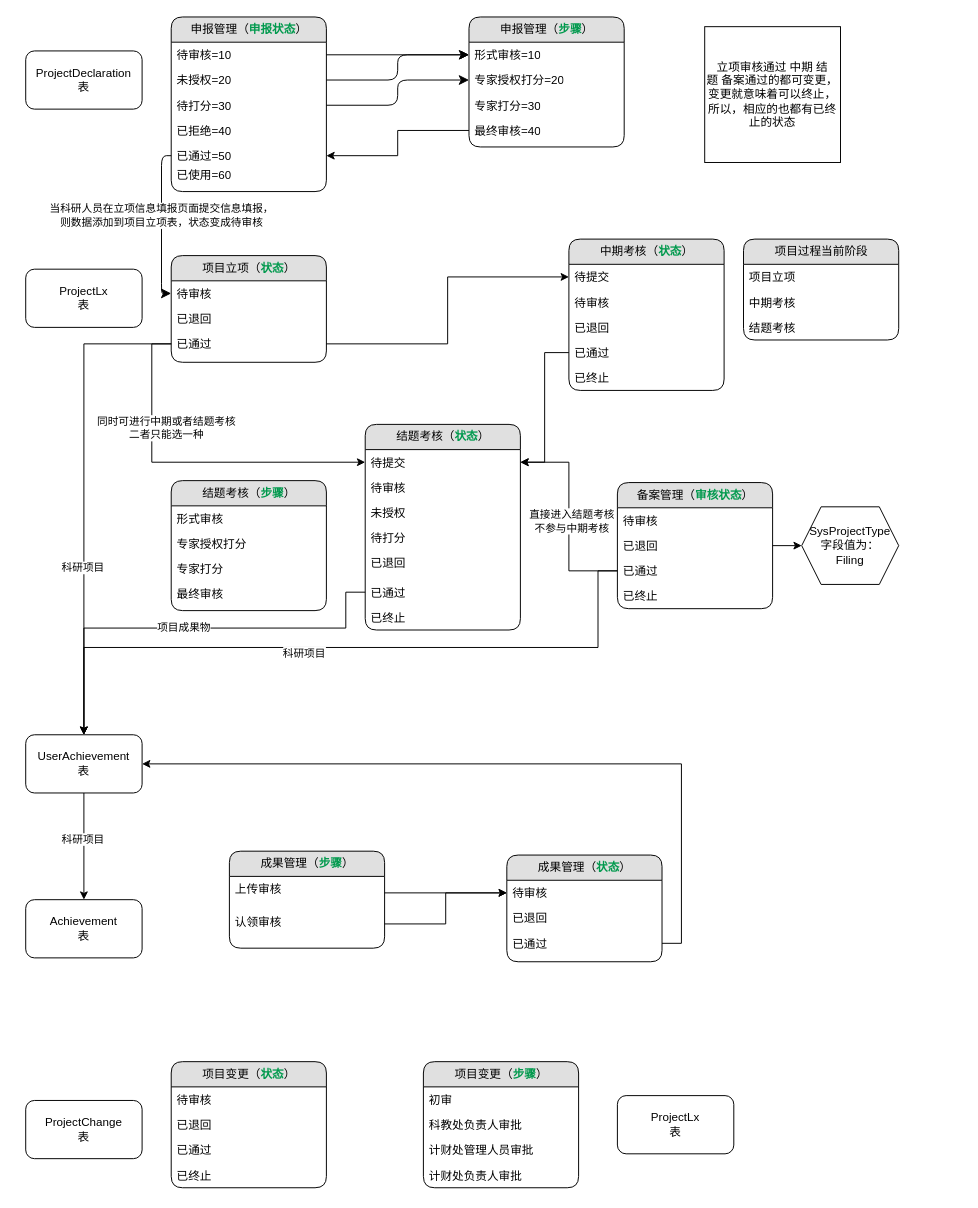
Before: 未命名绘图.drawio in wanghuabei/bei, a draw.io diagram. Source tidied: cells renumbered, new cells numbered last; positions are measured from the earlier drawing's top-left corner, leaving out a move shared by most shapes. Both pictures are drawn from the tidied source at 97%, with x=0, y=0 at pixel (25, 16).
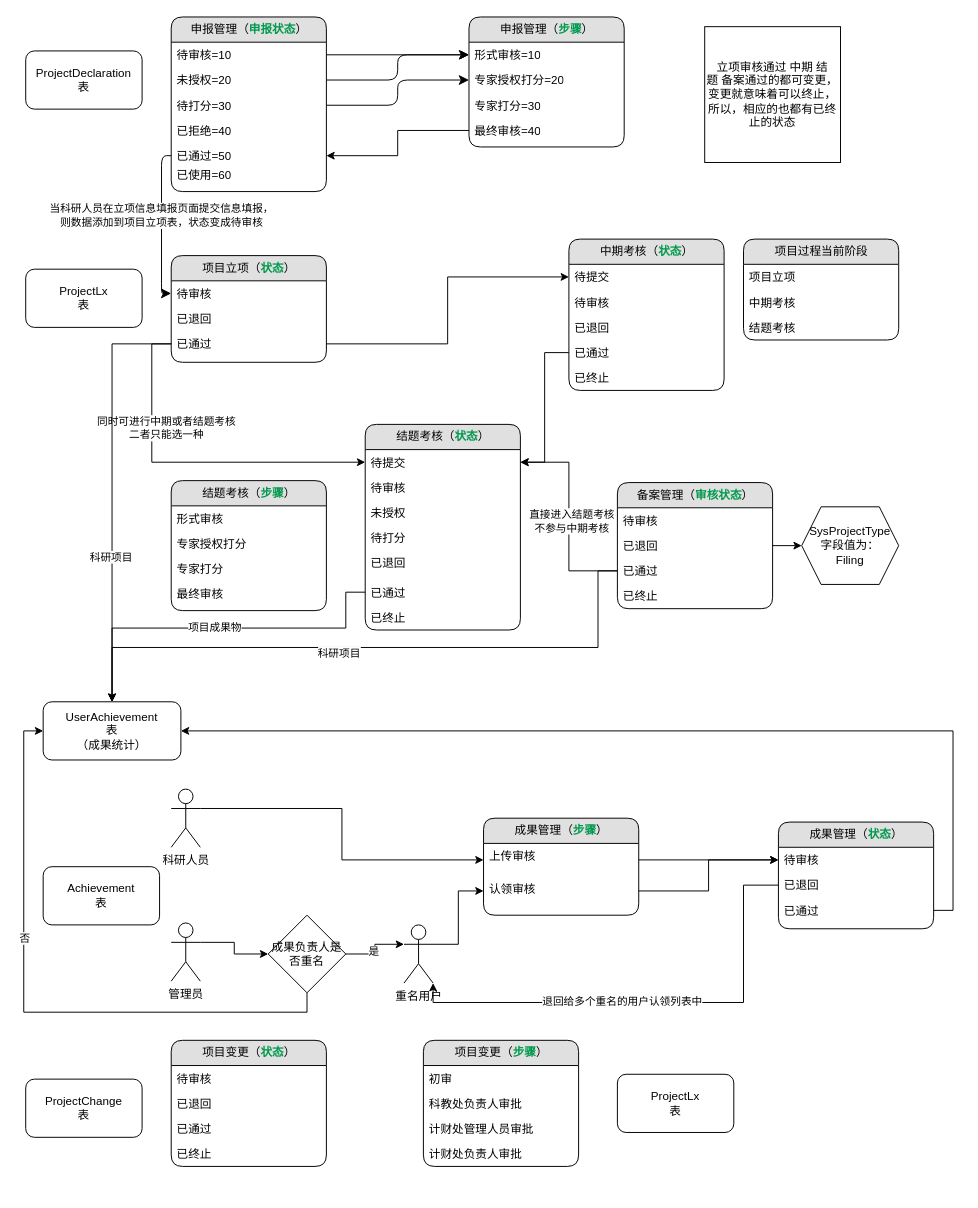
After the change.

Commit message:
更新未命名绘图.drawio

Unchanged cells that the change refers to:
```xml
<mxCell id="32" value="已通过" style="text;html=1;strokeColor=none;fillColor=none;spacingLeft=4;spacingRight=4;whiteSpace=wrap;overflow=hidden;points=[[0,0.5],[1,0.5]];portConstraint=eastwest;" parent="29" vertex="1">
  <mxGeometry y="78" width="160" height="26" as="geometry" />
</mxCell>
<mxCell id="46" value="已通过" style="text;html=1;strokeColor=none;fillColor=none;spacingLeft=4;spacingRight=4;whiteSpace=wrap;overflow=hidden;points=[[0,0.5],[1,0.5]];portConstraint=eastwest;" parent="40" vertex="1">
  <mxGeometry y="160" width="160" height="26" as="geometry" />
</mxCell>
<mxCell id="88" value="上传审核" style="text;html=1;strokeColor=none;fillColor=none;spacingLeft=4;spacingRight=4;whiteSpace=wrap;overflow=hidden;points=[[0,0.5],[1,0.5]];portConstraint=eastwest;" parent="87" vertex="1">
  <mxGeometry y="26" width="160" height="34" as="geometry" />
</mxCell>
<mxCell id="90" value="认领审核" style="text;html=1;strokeColor=none;fillColor=none;spacingLeft=4;spacingRight=4;whiteSpace=wrap;overflow=hidden;points=[[0,0.5],[1,0.5]];portConstraint=eastwest;" parent="87" vertex="1">
  <mxGeometry y="60" width="160" height="30" as="geometry" />
</mxCell>
<mxCell id="93" value="已退回" style="text;html=1;strokeColor=none;fillColor=none;spacingLeft=4;spacingRight=4;whiteSpace=wrap;overflow=hidden;points=[[0,0.5],[1,0.5]];portConstraint=eastwest;" parent="91" vertex="1">
  <mxGeometry y="52" width="160" height="26" as="geometry" />
</mxCell>
```

The edit, as a diff of the source:
```diff
@@
     <mxCell id="60" value="项目变更（&lt;b&gt;&lt;font color=&quot;#00994d&quot;&gt;状态&lt;/font&gt;&lt;/b&gt;）" style="swimlane;html=1;fontStyle=0;horizontal=1;startSize=26;fillColor=#e0e0e0;swimlaneFillColor=#ffffff;align=center;rounded=1;shadow=0;comic=0;labelBackgroundColor=none;strokeWidth=1;fontFamily=Verdana;fontSize=12;" parent="1" vertex="1">
-      <mxGeometry x="150" y="1077" width="160" height="130" as="geometry" />
+      <mxGeometry x="150" y="1055" width="160" height="130" as="geometry" />
     </mxCell>
@@
     <mxCell id="65" value="ProjectChange&lt;br&gt;表" style="rounded=1;whiteSpace=wrap;html=1;" parent="1" vertex="1">
-      <mxGeometry y="1117" width="120" height="60" as="geometry" />
+      <mxGeometry y="1095" width="120" height="60" as="geometry" />
     </mxCell>
     <mxCell id="66" value="项目变更（&lt;b&gt;&lt;font color=&quot;#00994d&quot;&gt;步骤&lt;/font&gt;&lt;/b&gt;）" style="swimlane;html=1;fontStyle=0;horizontal=1;startSize=26;fillColor=#e0e0e0;swimlaneFillColor=#ffffff;align=center;rounded=1;shadow=0;comic=0;labelBackgroundColor=none;strokeWidth=1;fontFamily=Verdana;fontSize=12;" parent="1" vertex="1">
-      <mxGeometry x="410" y="1077" width="160" height="130" as="geometry" />
+      <mxGeometry x="410" y="1055" width="160" height="130" as="geometry" />
     </mxCell>
@@
     <mxCell id="71" value="ProjectLx&lt;br&gt;表" style="rounded=1;whiteSpace=wrap;html=1;" parent="1" vertex="1">
-      <mxGeometry x="610" y="1112" width="120" height="60" as="geometry" />
+      <mxGeometry x="610" y="1090" width="120" height="60" as="geometry" />
     </mxCell>
@@
     <mxCell id="77" value="Achievement&lt;br&gt;表" style="rounded=1;whiteSpace=wrap;html=1;" parent="1" vertex="1">
-      <mxGeometry y="910" width="120" height="60" as="geometry" />
+      <mxGeometry x="18" y="876" width="120" height="60" as="geometry" />
     </mxCell>
-    <mxCell id="78" style="edgeStyle=orthogonalEdgeStyle;rounded=0;jettySize=auto;html=1;exitX=0.5;exitY=1;exitDx=0;exitDy=0;" parent="1" edge="1" source="80" target="77">
-      <mxGeometry relative="1" as="geometry" />
-    </mxCell>
-    <mxCell id="79" value="科研项目" style="edgeLabel;html=1;align=center;verticalAlign=middle;" parent="78" vertex="1">
-      <mxGeometry x="-0.15" y="-2" relative="1" as="geometry" />
-    </mxCell>
-    <mxCell id="80" value="UserAchievement&lt;br&gt;表" style="rounded=1;whiteSpace=wrap;html=1;" parent="1" vertex="1">
-      <mxGeometry y="740" width="120" height="60" as="geometry" />
+    <mxCell id="80" value="UserAchievement&lt;br&gt;表&lt;br&gt;（成果统计）" style="rounded=1;whiteSpace=wrap;html=1;" parent="1" vertex="1">
+      <mxGeometry x="18" y="706" width="142" height="60" as="geometry" />
     </mxCell>
@@
     <mxCell id="83" style="edgeStyle=orthogonalEdgeStyle;rounded=0;jettySize=auto;html=1;exitX=0;exitY=0.5;exitDx=0;exitDy=0;entryX=0.5;entryY=0;entryDx=0;entryDy=0;" parent="1" edge="1" source="32" target="80">
       <mxGeometry relative="1" as="geometry">
         <Array as="points">
           <mxPoint x="590" y="571" />
           <mxPoint x="590" y="650" />
-          <mxPoint x="60" y="650" />
+          <mxPoint x="89" y="650" />
         </Array>
       </mxGeometry>
     </mxCell>
@@
     <mxCell id="85" style="edgeStyle=orthogonalEdgeStyle;rounded=0;jettySize=auto;html=1;exitX=0;exitY=0.5;exitDx=0;exitDy=0;entryX=0.5;entryY=0;entryDx=0;entryDy=0;" parent="1" edge="1" source="46" target="80">
       <mxGeometry relative="1" as="geometry">
         <Array as="points">
           <mxPoint x="330" y="593" />
           <mxPoint x="330" y="630" />
-          <mxPoint x="60" y="630" />
+          <mxPoint x="89" y="630" />
         </Array>
       </mxGeometry>
     </mxCell>
@@
     <mxCell id="87" value="成果管理（&lt;b&gt;&lt;font color=&quot;#00994d&quot;&gt;步骤&lt;/font&gt;&lt;/b&gt;）" style="swimlane;html=1;fontStyle=0;horizontal=1;startSize=26;fillColor=#e0e0e0;swimlaneFillColor=#ffffff;align=center;rounded=1;shadow=0;comic=0;labelBackgroundColor=none;strokeWidth=1;fontFamily=Verdana;fontSize=12;" parent="1" vertex="1">
-      <mxGeometry x="210" y="860" width="160" height="100" as="geometry" />
+      <mxGeometry x="472" y="826" width="160" height="100" as="geometry" />
     </mxCell>
@@
     <mxCell id="91" value="成果管理（&lt;b style=&quot;border-color: var(--border-color);&quot;&gt;&lt;font style=&quot;border-color: var(--border-color);&quot; color=&quot;#00994d&quot;&gt;状态&lt;/font&gt;&lt;/b&gt;）" style="swimlane;html=1;fontStyle=0;horizontal=1;startSize=26;fillColor=#e0e0e0;swimlaneFillColor=#ffffff;align=center;rounded=1;shadow=0;comic=0;labelBackgroundColor=none;strokeWidth=1;fontFamily=Verdana;fontSize=12;" parent="1" vertex="1">
-      <mxGeometry x="496" y="864" width="160" height="110" as="geometry" />
+      <mxGeometry x="776" y="830" width="160" height="110" as="geometry" />
     </mxCell>
@@
+    <mxCell id="98" style="edgeStyle=orthogonalEdgeStyle;rounded=0;jettySize=auto;html=1;exitX=1;exitY=0.3333333333333333;exitDx=0;exitDy=0;exitPerimeter=0;entryX=0;entryY=0.5;entryDx=0;entryDy=0;" parent="1" edge="1" source="99" target="88">
+      <mxGeometry relative="1" as="geometry" />
+    </mxCell>
+    <mxCell id="99" value="科研人员" style="shape=umlActor;verticalLabelPosition=bottom;verticalAlign=top;html=1;outlineConnect=0;" parent="1" vertex="1">
+      <mxGeometry x="150" y="796" width="30" height="60" as="geometry" />
+    </mxCell>
+    <mxCell id="100" style="edgeStyle=orthogonalEdgeStyle;rounded=0;jettySize=auto;html=1;exitX=1;exitY=0.3333333333333333;exitDx=0;exitDy=0;exitPerimeter=0;entryX=0;entryY=0.5;entryDx=0;entryDy=0;" parent="1" edge="1" source="101" target="106">
+      <mxGeometry relative="1" as="geometry" />
+    </mxCell>
+    <mxCell id="101" value="管理员" style="shape=umlActor;verticalLabelPosition=bottom;verticalAlign=top;html=1;outlineConnect=0;" parent="1" vertex="1">
+      <mxGeometry x="150" y="934" width="30" height="60" as="geometry" />
+    </mxCell>
+    <mxCell id="102" style="edgeStyle=orthogonalEdgeStyle;rounded=0;jettySize=auto;html=1;exitX=1;exitY=0.5;exitDx=0;exitDy=0;entryX=0;entryY=0.3333333333333333;entryDx=0;entryDy=0;entryPerimeter=0;" parent="1" edge="1" source="106" target="108">
+      <mxGeometry relative="1" as="geometry" />
+    </mxCell>
+    <mxCell id="103" value="是" style="edgeLabel;html=1;align=center;verticalAlign=middle;" parent="102" vertex="1">
+      <mxGeometry x="-0.05" y="3" relative="1" as="geometry">
+        <mxPoint x="1" as="offset" />
+      </mxGeometry>
+    </mxCell>
+    <mxCell id="104" style="edgeStyle=orthogonalEdgeStyle;rounded=0;jettySize=auto;html=1;exitX=0.5;exitY=1;exitDx=0;exitDy=0;entryX=0;entryY=0.5;entryDx=0;entryDy=0;" parent="1" edge="1" source="106" target="80">
+      <mxGeometry relative="1" as="geometry" />
+    </mxCell>
+    <mxCell id="105" value="否" style="edgeLabel;html=1;align=center;verticalAlign=middle;" parent="104" vertex="1">
+      <mxGeometry x="0.25" relative="1" as="geometry" />
+    </mxCell>
+    <mxCell id="106" value="成果负责人是否重名" style="rhombus;whiteSpace=wrap;html=1;" parent="1" vertex="1">
+      <mxGeometry x="250" y="926" width="80" height="80" as="geometry" />
+    </mxCell>
+    <mxCell id="107" style="edgeStyle=orthogonalEdgeStyle;rounded=0;jettySize=auto;html=1;exitX=1;exitY=0.3333333333333333;exitDx=0;exitDy=0;exitPerimeter=0;entryX=0;entryY=0.5;entryDx=0;entryDy=0;" parent="1" edge="1" source="108" target="90">
+      <mxGeometry relative="1" as="geometry" />
+    </mxCell>
+    <mxCell id="108" value="重名用户" style="shape=umlActor;verticalLabelPosition=bottom;verticalAlign=top;html=1;outlineConnect=0;" parent="1" vertex="1">
+      <mxGeometry x="390" y="936" width="30" height="60" as="geometry" />
+    </mxCell>
+    <mxCell id="109" style="edgeStyle=orthogonalEdgeStyle;rounded=0;jettySize=auto;html=1;exitX=0;exitY=0.5;exitDx=0;exitDy=0;entryX=1;entryY=1;entryDx=0;entryDy=0;entryPerimeter=0;" parent="1" edge="1" source="93" target="108">
+      <mxGeometry relative="1" as="geometry">
+        <Array as="points">
+          <mxPoint x="740" y="895" />
+          <mxPoint x="740" y="1016" />
+          <mxPoint x="420" y="1016" />
+        </Array>
+      </mxGeometry>
+    </mxCell>
+    <mxCell id="110" value="退回给多个重名的用户认领列表中" style="edgeLabel;html=1;align=center;verticalAlign=middle;" parent="109" vertex="1">
+      <mxGeometry x="0.14" y="-2" relative="1" as="geometry" />
+    </mxCell>
```
